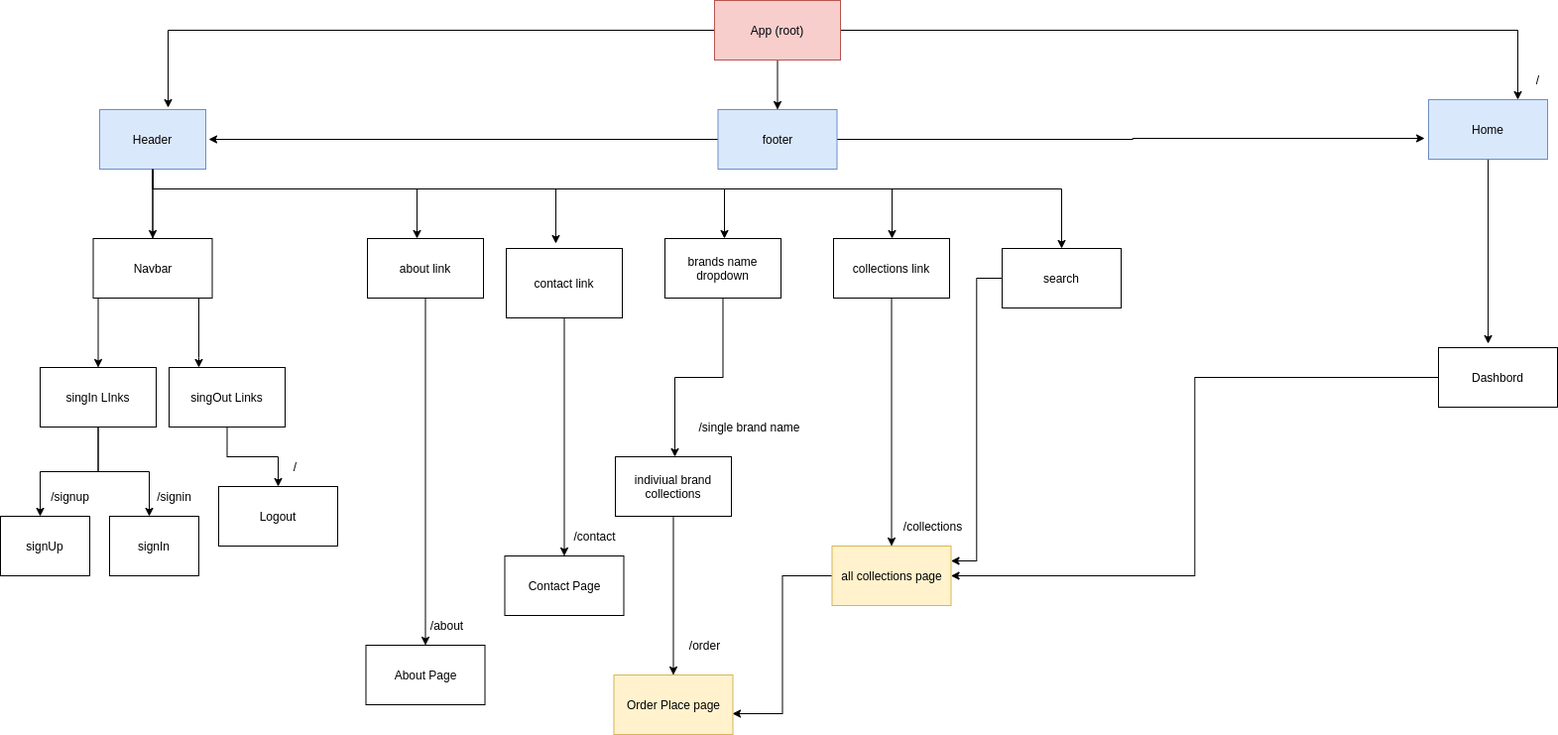
Earlier version of the draw.io export flowChart.png (kapeiharshad/ecommerce-ui). Source tidied: cells renumbered, new cells last; positions are measured from the earlier drawing's top-left corner, leaving out a move shared by most shapes.
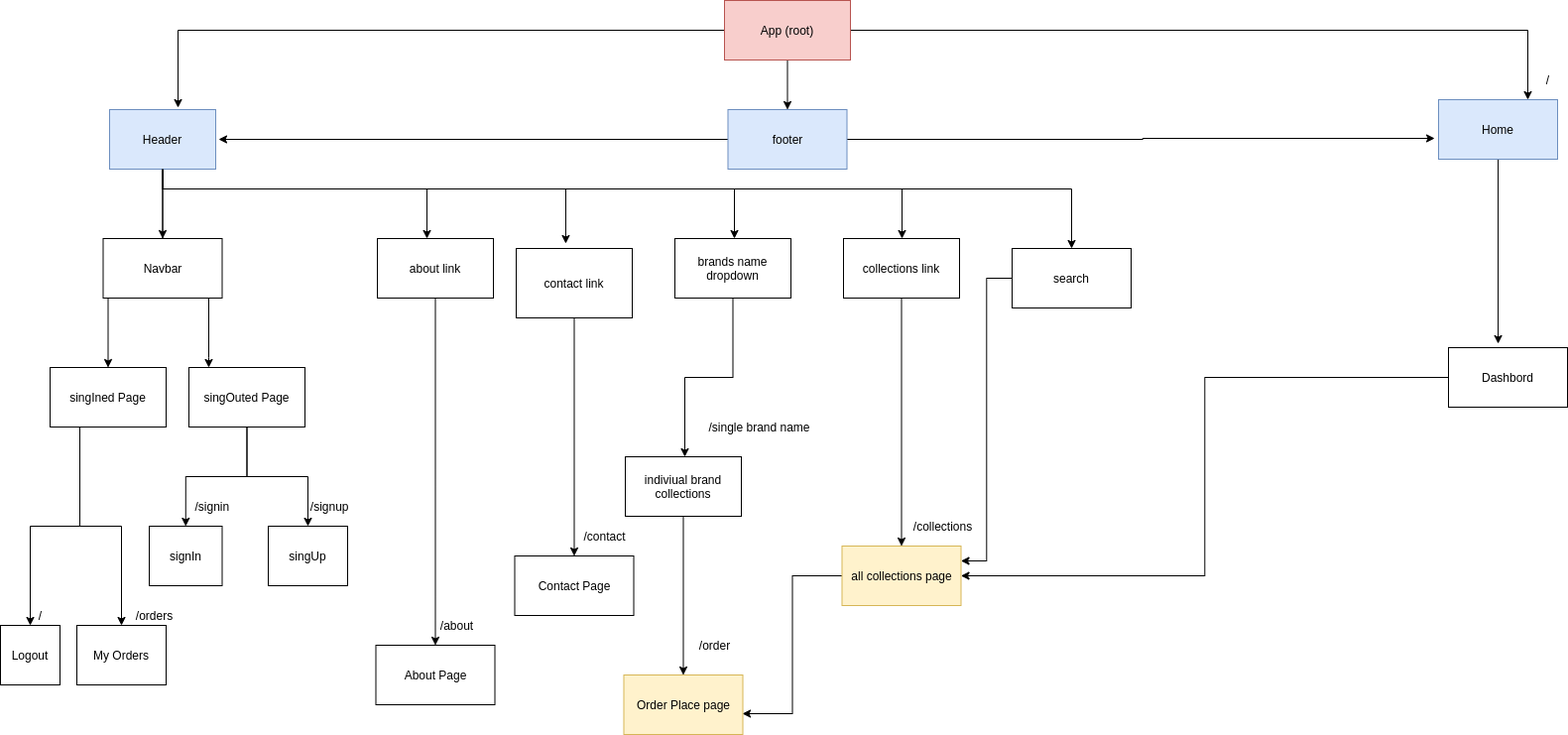
The same diagram one commit later.

Change to the diagram source:
```diff
@@ -71,24 +71,33 @@
     <mxCell id="13" value="Header" style="rounded=0;whiteSpace=wrap;html=1;fillColor=#dae8fc;strokeColor=#6c8ebf;" parent="1" vertex="1">
       <mxGeometry x="100" y="110" width="107" height="60" as="geometry" />
     </mxCell>
-    <mxCell id="14" style="edgeStyle=orthogonalEdgeStyle;rounded=0;jettySize=auto;html=1;" parent="1" edge="1" source="16">
-      <mxGeometry relative="1" as="geometry">
-        <mxPoint x="40" y="520" as="targetPoint" />
-      </mxGeometry>
-    </mxCell>
-    <mxCell id="15" style="edgeStyle=orthogonalEdgeStyle;rounded=0;jettySize=auto;html=1;" parent="1" edge="1" source="16">
-      <mxGeometry relative="1" as="geometry">
-        <mxPoint x="150" y="520" as="targetPoint" />
-      </mxGeometry>
-    </mxCell>
+    <mxCell id="58" style="edgeStyle=orthogonalEdgeStyle;rounded=0;jettySize=auto;html=1;entryX=0.5;entryY=0;entryDx=0;entryDy=0;" parent="1" edge="1" source="16" target="35">
+      <mxGeometry relative="1" as="geometry">
+        <Array as="points">
+          <mxPoint x="70" y="530" />
+          <mxPoint x="20" y="530" />
+        </Array>
+      </mxGeometry>
+    </mxCell>
+    <mxCell id="59" style="edgeStyle=orthogonalEdgeStyle;rounded=0;jettySize=auto;html=1;" parent="1" edge="1" source="16" target="61">
+      <mxGeometry relative="1" as="geometry">
+        <Array as="points">
+          <mxPoint x="70" y="530" />
+          <mxPoint x="112" y="530" />
+        </Array>
+      </mxGeometry>
+    </mxCell>
-    <mxCell id="16" value="singIn LInks" style="rounded=0;whiteSpace=wrap;html=1;" parent="1" vertex="1">
+    <mxCell id="16" value="singIned Page" style="rounded=0;whiteSpace=wrap;html=1;" parent="1" vertex="1">
       <mxGeometry x="40" y="370" width="117" height="60" as="geometry" />
     </mxCell>
     <mxCell id="17" style="edgeStyle=orthogonalEdgeStyle;rounded=0;jettySize=auto;html=1;" parent="1" edge="1" source="18" target="37">
       <mxGeometry relative="1" as="geometry" />
     </mxCell>
+    <mxCell id="60" style="edgeStyle=orthogonalEdgeStyle;rounded=0;jettySize=auto;html=1;entryX=0.5;entryY=0;entryDx=0;entryDy=0;" parent="1" edge="1" source="18" target="36">
+      <mxGeometry relative="1" as="geometry" />
+    </mxCell>
-    <mxCell id="18" value="singOut Links" style="rounded=0;whiteSpace=wrap;html=1;" parent="1" vertex="1">
-      <mxGeometry x="170" y="370" width="117" height="60" as="geometry" />
+    <mxCell id="18" value="singOuted Page" style="rounded=0;whiteSpace=wrap;html=1;" parent="1" vertex="1">
+      <mxGeometry x="180" y="370" width="117" height="60" as="geometry" />
     </mxCell>
     <mxCell id="19" style="edgeStyle=orthogonalEdgeStyle;rounded=0;jettySize=auto;html=1;" parent="1" edge="1" source="20" target="47">
       <mxGeometry relative="1" as="geometry" />
@@ -140,24 +149,18 @@
     <mxCell id="34" value="search" style="rounded=0;whiteSpace=wrap;html=1;" parent="1" vertex="1">
       <mxGeometry x="1010" y="250" width="120" height="60" as="geometry" />
     </mxCell>
-    <mxCell id="35" value="signUp" style="rounded=0;whiteSpace=wrap;html=1;" parent="1" vertex="1">
-      <mxGeometry y="520" width="90" height="60" as="geometry" />
+    <mxCell id="35" value="Logout" style="rounded=0;whiteSpace=wrap;html=1;" parent="1" vertex="1">
+      <mxGeometry x="-10" y="630" width="60" height="60" as="geometry" />
     </mxCell>
     <mxCell id="36" value="signIn" style="rounded=0;whiteSpace=wrap;html=1;" parent="1" vertex="1">
-      <mxGeometry x="110" y="520" width="90" height="60" as="geometry" />
+      <mxGeometry x="140" y="530" width="73.5" height="60" as="geometry" />
     </mxCell>
-    <mxCell id="37" value="Logout" style="rounded=0;whiteSpace=wrap;html=1;" parent="1" vertex="1">
-      <mxGeometry x="220" y="490" width="120" height="60" as="geometry" />
+    <mxCell id="37" value="singUp" style="rounded=0;whiteSpace=wrap;html=1;" parent="1" vertex="1">
+      <mxGeometry x="260" y="530" width="80" height="60" as="geometry" />
     </mxCell>
-    <mxCell id="38" value="/signup" style="text;html=1;align=center;verticalAlign=middle;" parent="1" vertex="1">
-      <mxGeometry x="45" y="490" width="50" height="20" as="geometry" />
-    </mxCell>
-    <mxCell id="39" value="/signin" style="text;html=1;align=center;verticalAlign=middle;" parent="1" vertex="1">
-      <mxGeometry x="150" y="490" width="50" height="20" as="geometry" />
+    <mxCell id="39" value="&amp;nbsp; /signin" style="text;html=1;align=center;verticalAlign=middle;" parent="1" vertex="1">
+      <mxGeometry x="170" y="500" width="60" height="20" as="geometry" />
     </mxCell>
-    <mxCell id="40" value="/" style="text;html=1;align=center;verticalAlign=middle;" parent="1" vertex="1">
-      <mxGeometry x="287" y="460" width="20" height="20" as="geometry" />
-    </mxCell>
     <mxCell id="41" style="edgeStyle=orthogonalEdgeStyle;rounded=0;jettySize=auto;html=1;entryX=0.417;entryY=-0.067;entryDx=0;entryDy=0;entryPerimeter=0;" parent="1" edge="1" source="42" target="44">
       <mxGeometry relative="1" as="geometry" />
     </mxCell>
@@ -211,5 +214,17 @@
     <mxCell id="57" value="/order" style="text;html=1;align=center;verticalAlign=middle;" parent="1" vertex="1">
       <mxGeometry x="685" y="640" width="50" height="20" as="geometry" />
     </mxCell>
+    <mxCell id="38" value="&amp;nbsp; &amp;nbsp; &amp;nbsp; &amp;nbsp; &amp;nbsp; /signup" style="text;html=1;align=center;verticalAlign=middle;" parent="1" vertex="1">
+      <mxGeometry x="260" y="500" width="90" height="20" as="geometry" />
+    </mxCell>
+    <mxCell id="61" value="My Orders" style="rounded=0;whiteSpace=wrap;html=1;" parent="1" vertex="1">
+      <mxGeometry x="67" y="630" width="90" height="60" as="geometry" />
+    </mxCell>
+    <mxCell id="40" value="/" style="text;html=1;align=center;verticalAlign=middle;" parent="1" vertex="1">
+      <mxGeometry x="20" y="610" width="20" height="20" as="geometry" />
+    </mxCell>
+    <mxCell id="62" value="/orders" style="text;html=1;align=center;verticalAlign=middle;" parent="1" vertex="1">
+      <mxGeometry x="120" y="610" width="50" height="20" as="geometry" />
+    </mxCell>
   </root>
 </mxGraphModel>
```
